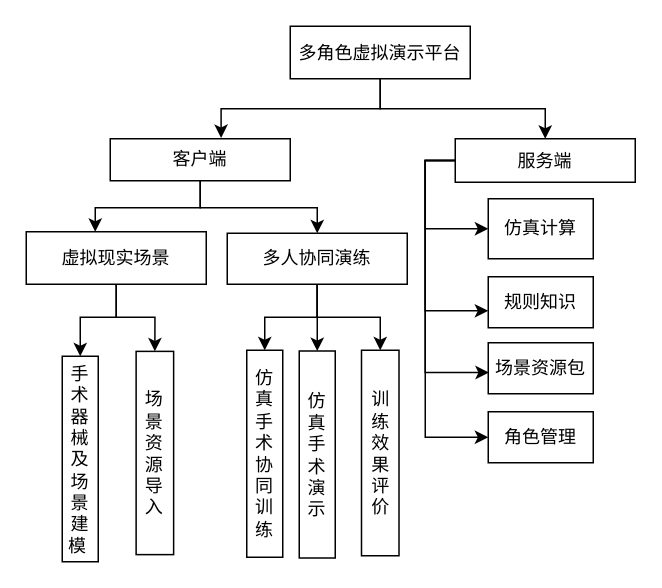
Before: 未命名绘图.drawio in UNANSWANG/Draw.io--, a draw.io diagram. Source tidied: cells renumbered, new cells numbered last; positions are measured from the earlier drawing's top-left corner, leaving out a move shared by most shapes. Both pictures are drawn from the tidied source at 150%, with x=0, y=0 at pixel (-22, 26).
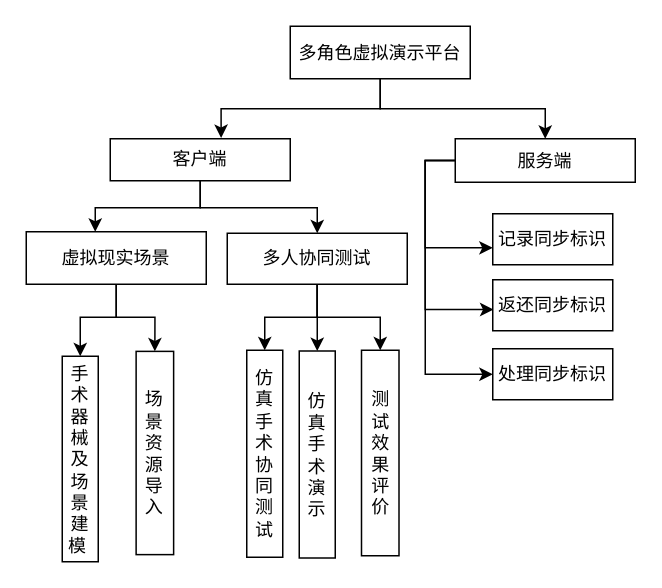
The same diagram, later.

Commit message:
更新未命名绘图.drawio

The change refers to these unchanged cells:
```xml
<mxCell id="12" value="服务端" style="rounded=0;whiteSpace=wrap;html=1;" parent="1" vertex="1">
  <mxGeometry x="318" y="75" width="120" height="29" as="geometry" />
</mxCell>
```

The edit, as a diff of the source:
```diff
@@
-    <mxCell id="8" style="edgeStyle=orthogonalEdgeStyle;rounded=0;jettySize=auto;html=1;exitX=0;exitY=0.5;exitDx=0;exitDy=0;entryX=0;entryY=0.5;entryDx=0;entryDy=0;" parent="1" edge="1" source="12" target="14">
-      <mxGeometry relative="1" as="geometry" />
-    </mxCell>
     <mxCell id="9" style="edgeStyle=orthogonalEdgeStyle;rounded=0;jettySize=auto;html=1;entryX=0;entryY=0.668;entryDx=0;entryDy=0;entryPerimeter=0;" parent="1" edge="1" source="12" target="15">
       <mxGeometry relative="1" as="geometry">
         <Array as="points">
           <mxPoint x="298" y="90" />
-          <mxPoint x="298" y="190" />
-          <mxPoint x="340" y="190" />
+          <mxPoint x="298" y="148" />
         </Array>
       </mxGeometry>
     </mxCell>
     <mxCell id="10" style="edgeStyle=orthogonalEdgeStyle;rounded=0;jettySize=auto;html=1;entryX=0.006;entryY=0.584;entryDx=0;entryDy=0;entryPerimeter=0;" parent="1" edge="1" source="12" target="16">
       <mxGeometry relative="1" as="geometry">
         <Array as="points">
           <mxPoint x="298" y="90" />
-          <mxPoint x="298" y="231" />
+          <mxPoint x="298" y="189" />
         </Array>
       </mxGeometry>
     </mxCell>
     <mxCell id="11" style="edgeStyle=orthogonalEdgeStyle;rounded=0;jettySize=auto;html=1;entryX=0;entryY=0.5;entryDx=0;entryDy=0;" parent="1" edge="1" source="12" target="13">
       <mxGeometry relative="1" as="geometry">
         <Array as="points">
           <mxPoint x="298" y="90" />
-          <mxPoint x="298" y="274" />
+          <mxPoint x="298" y="232" />
         </Array>
       </mxGeometry>
     </mxCell>
@@
-    <mxCell id="13" value="角色管理" style="rounded=0;whiteSpace=wrap;html=1;" parent="1" vertex="1">
-      <mxGeometry x="340" y="257" width="70" height="34" as="geometry" />
+    <mxCell id="13" value="处理同步标识" style="rounded=0;whiteSpace=wrap;html=1;" parent="1" vertex="1">
+      <mxGeometry x="343" y="215" width="80" height="34" as="geometry" />
     </mxCell>
-    <mxCell id="14" value="仿真计算" style="rounded=0;whiteSpace=wrap;html=1;" parent="1" vertex="1">
-      <mxGeometry x="340" y="115" width="70" height="40" as="geometry" />
-    </mxCell>
-    <mxCell id="15" value="规则知识" style="rounded=0;whiteSpace=wrap;html=1;" parent="1" vertex="1">
-      <mxGeometry x="340" y="167" width="70" height="34" as="geometry" />
+    <mxCell id="15" value="记录同步标识" style="rounded=0;whiteSpace=wrap;html=1;" parent="1" vertex="1">
+      <mxGeometry x="343" y="125" width="80" height="34" as="geometry" />
     </mxCell>
-    <mxCell id="16" value="场景资源包" style="rounded=0;whiteSpace=wrap;html=1;" parent="1" vertex="1">
-      <mxGeometry x="340" y="211" width="70" height="34" as="geometry" />
+    <mxCell id="16" value="返还同步标识" style="rounded=0;whiteSpace=wrap;html=1;" parent="1" vertex="1">
+      <mxGeometry x="343" y="169" width="80" height="34" as="geometry" />
     </mxCell>
@@
-    <mxCell id="20" value="多人协同演练" style="rounded=0;whiteSpace=wrap;html=1;" parent="1" vertex="1">
+    <mxCell id="20" value="多人协同测试" style="rounded=0;whiteSpace=wrap;html=1;" parent="1" vertex="1">
       <mxGeometry x="166" y="138" width="120" height="34" as="geometry" />
     </mxCell>
@@
-    <mxCell id="27" value="仿真手术协同训练" style="rounded=0;whiteSpace=wrap;html=1;horizontal=0;rotation=90;" parent="1" vertex="1">
+    <mxCell id="27" value="仿真手术协同测试" style="rounded=0;whiteSpace=wrap;html=1;horizontal=0;rotation=90;" parent="1" vertex="1">
       <mxGeometry x="122" y="273" width="138" height="24" as="geometry" />
     </mxCell>
-    <mxCell id="28" value="训练效果评价" style="rounded=0;whiteSpace=wrap;html=1;horizontal=0;rotation=90;" parent="1" vertex="1">
+    <mxCell id="28" value="测试效果评价" style="rounded=0;whiteSpace=wrap;html=1;horizontal=0;rotation=90;" parent="1" vertex="1">
       <mxGeometry x="199.5" y="272" width="137" height="25" as="geometry" />
     </mxCell>
```
